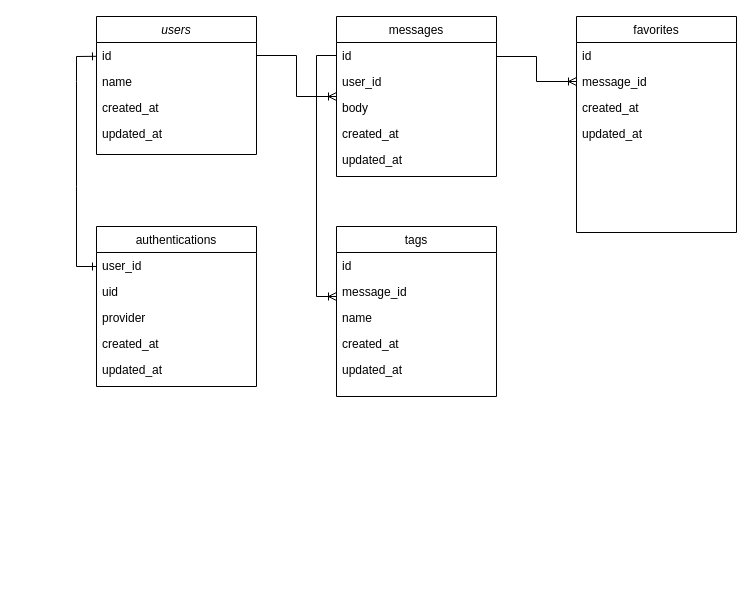
Above: Untitled Diagram.drawio in yanokohei/goenbako (draw.io), before the change. Source tidied: cells renumbered, new cells numbered last; positions are measured from the earlier drawing's top-left corner, leaving out a move shared by most shapes. Both pictures are drawn from the tidied source at 100%, with x=0, y=0 at pixel (76, 16).
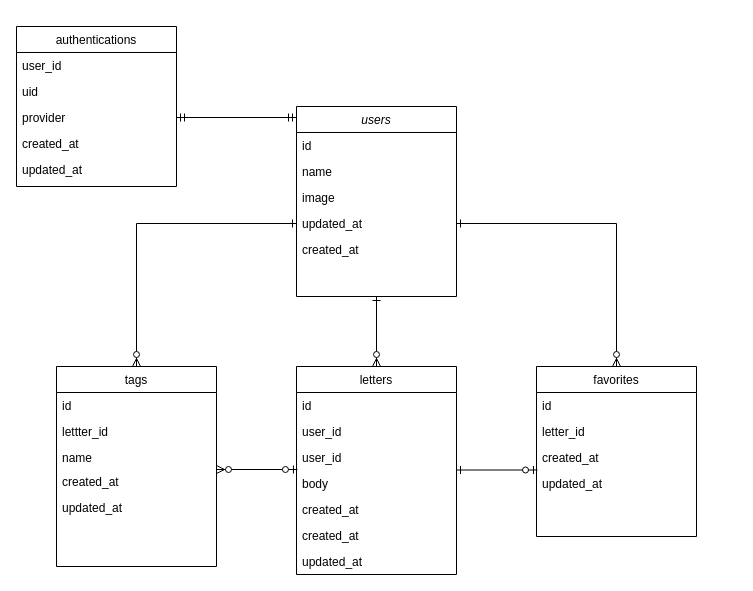
After the change.

Commit message:
ご縁箱　画面遷移図

Unchanged cells that the change refers to:
```xml
<mxCell id="3" value="id" style="text;align=left;verticalAlign=top;spacingLeft=4;spacingRight=4;overflow=hidden;points=[[0,0.5],[1,0.5]];portConstraint=eastwest;" parent="2" vertex="1">
  <mxGeometry y="26" width="160" height="26" as="geometry" />
</mxCell>
<mxCell id="10" value="provider" style="text;align=left;verticalAlign=top;spacingLeft=4;spacingRight=4;overflow=hidden;points=[[0,0.5],[1,0.5]];portConstraint=eastwest;rounded=0;shadow=0;html=0;" parent="7" vertex="1">
  <mxGeometry y="78" width="160" height="26" as="geometry" />
</mxCell>
<mxCell id="14" value="id" style="text;align=left;verticalAlign=top;spacingLeft=4;spacingRight=4;overflow=hidden;points=[[0,0.5],[1,0.5]];portConstraint=eastwest;" parent="13" vertex="1">
  <mxGeometry y="26" width="160" height="26" as="geometry" />
</mxCell>
```

Diff of the diagram source:
```diff
@@
+    <mxCell id="34" style="edgeStyle=none;rounded=0;jettySize=auto;html=1;exitX=0.5;exitY=1;exitDx=0;exitDy=0;entryX=0.5;entryY=0;entryDx=0;entryDy=0;startArrow=ERone;startFill=0;endArrow=ERzeroToMany;endFill=1;" parent="1" edge="1" source="2" target="13">
+      <mxGeometry relative="1" as="geometry" />
+    </mxCell>
     <mxCell id="2" value="users" style="swimlane;fontStyle=2;align=center;verticalAlign=top;horizontal=1;startSize=26;rounded=0;shadow=0;strokeWidth=1;" parent="1" vertex="1">
-      <mxGeometry x="20" width="160" height="138" as="geometry" />
+      <mxGeometry x="220" y="90" width="160" height="190" as="geometry" />
     </mxCell>
@@
+    <mxCell id="6" value="image" style="text;align=left;verticalAlign=top;spacingLeft=4;spacingRight=4;overflow=hidden;rounded=0;shadow=0;html=0;" parent="2" vertex="1">
+      <mxGeometry y="78" width="160" height="26" as="geometry" />
+    </mxCell>
-    <mxCell id="5" value="created_at" style="text;align=left;verticalAlign=top;spacingLeft=4;spacingRight=4;overflow=hidden;points=[[0,0.5],[1,0.5]];portConstraint=eastwest;rounded=0;shadow=0;html=0;" parent="2" vertex="1">
-      <mxGeometry y="78" width="160" height="26" as="geometry" />
+    <mxCell id="5" value="updated_at" style="text;align=left;verticalAlign=top;spacingLeft=4;spacingRight=4;overflow=hidden;points=[[0,0.5],[1,0.5]];portConstraint=eastwest;rounded=0;shadow=0;html=0;" parent="2" vertex="1">
+      <mxGeometry y="104" width="160" height="26" as="geometry" />
     </mxCell>
-    <mxCell id="6" value="updated_at" style="text;align=left;verticalAlign=top;spacingLeft=4;spacingRight=4;overflow=hidden;rounded=0;shadow=0;html=0;" parent="2" vertex="1">
-      <mxGeometry y="104" width="160" height="26" as="geometry" />
-    </mxCell>
+    <mxCell id="35" value="created_at" style="text;align=left;verticalAlign=top;spacingLeft=4;spacingRight=4;overflow=hidden;rounded=0;shadow=0;html=0;" parent="2" vertex="1">
+      <mxGeometry y="130" width="160" height="26" as="geometry" />
+    </mxCell>
     <mxCell id="7" value="authentications" style="swimlane;fontStyle=0;align=center;verticalAlign=top;horizontal=1;startSize=26;rounded=0;shadow=0;strokeWidth=1;" parent="1" vertex="1">
-      <mxGeometry x="20" y="210" width="160" height="160" as="geometry" />
+      <mxGeometry x="-60" y="10" width="160" height="160" as="geometry" />
     </mxCell>
@@
-    <mxCell id="13" value="messages" style="swimlane;fontStyle=0;align=center;verticalAlign=top;horizontal=1;startSize=26;rounded=0;shadow=0;strokeWidth=1;" parent="1" vertex="1">
-      <mxGeometry x="260" width="160" height="160" as="geometry" />
+    <mxCell id="13" value="letters" style="swimlane;fontStyle=0;align=center;verticalAlign=top;horizontal=1;startSize=26;rounded=0;shadow=0;strokeWidth=1;" parent="1" vertex="1">
+      <mxGeometry x="220" y="350" width="160" height="208" as="geometry" />
     </mxCell>
@@
+    <mxCell id="36" value="user_id" style="text;align=left;verticalAlign=top;spacingLeft=4;spacingRight=4;overflow=hidden;points=[[0,0.5],[1,0.5]];portConstraint=eastwest;rounded=0;shadow=0;html=0;" parent="13" vertex="1">
+      <mxGeometry y="78" width="160" height="26" as="geometry" />
+    </mxCell>
     <mxCell id="16" value="body" style="text;align=left;verticalAlign=top;spacingLeft=4;spacingRight=4;overflow=hidden;rounded=0;shadow=0;html=0;" parent="13" vertex="1">
-      <mxGeometry y="78" width="160" height="26" as="geometry" />
+      <mxGeometry y="104" width="160" height="26" as="geometry" />
     </mxCell>
+    <mxCell id="37" value="created_at" style="text;align=left;verticalAlign=top;spacingLeft=4;spacingRight=4;overflow=hidden;rounded=0;shadow=0;html=0;" parent="13" vertex="1">
+      <mxGeometry y="130" width="160" height="26" as="geometry" />
+    </mxCell>
     <mxCell id="17" value="created_at" style="text;align=left;verticalAlign=top;spacingLeft=4;spacingRight=4;overflow=hidden;rounded=0;shadow=0;html=0;" parent="13" vertex="1">
-      <mxGeometry y="104" width="160" height="26" as="geometry" />
+      <mxGeometry y="156" width="160" height="26" as="geometry" />
     </mxCell>
     <mxCell id="18" value="updated_at" style="text;align=left;verticalAlign=top;spacingLeft=4;spacingRight=4;overflow=hidden;rounded=0;shadow=0;html=0;" parent="13" vertex="1">
-      <mxGeometry y="130" width="160" height="26" as="geometry" />
+      <mxGeometry y="182" width="160" height="26" as="geometry" />
     </mxCell>
-    <mxCell id="19" style="endArrow=ERoneToMany;shadow=0;strokeWidth=1;rounded=0;endFill=0;edgeStyle=orthogonalEdgeStyle;elbow=vertical;exitX=1;exitY=0.5;exitDx=0;exitDy=0;" parent="1" edge="1" source="3" target="13">
-      <mxGeometry x="0.5" y="41" relative="1" as="geometry">
-        <mxPoint x="-40" y="32" as="offset" />
-      </mxGeometry>
-    </mxCell>
+    <mxCell id="38" style="edgeStyle=none;rounded=0;jettySize=auto;html=1;exitX=0.5;exitY=0;exitDx=0;exitDy=0;startArrow=ERzeroToMany;startFill=1;endArrow=ERone;endFill=0;" parent="1" edge="1" source="20">
+      <mxGeometry relative="1" as="geometry">
+        <mxPoint x="220" y="207" as="targetPoint" />
+        <Array as="points">
+          <mxPoint x="60" y="207" />
+        </Array>
+      </mxGeometry>
+    </mxCell>
     <mxCell id="20" value="tags" style="swimlane;fontStyle=0;align=center;verticalAlign=top;horizontal=1;startSize=26;rounded=0;shadow=0;strokeWidth=1;" parent="1" vertex="1">
-      <mxGeometry x="260" y="210" width="160" height="170" as="geometry" />
+      <mxGeometry x="-20" y="350" width="160" height="200" as="geometry" />
     </mxCell>
@@
-    <mxCell id="22" value="message_id" style="text;align=left;verticalAlign=top;spacingLeft=4;spacingRight=4;overflow=hidden;rounded=0;shadow=0;html=0;" parent="20" vertex="1">
+    <mxCell id="22" value="lettter_id" style="text;align=left;verticalAlign=top;spacingLeft=4;spacingRight=4;overflow=hidden;rounded=0;shadow=0;html=0;" parent="20" vertex="1">
       <mxGeometry y="52" width="160" height="26" as="geometry" />
     </mxCell>
     <mxCell id="23" value="name" style="text;align=left;verticalAlign=top;spacingLeft=4;spacingRight=4;overflow=hidden;rounded=0;shadow=0;html=0;" parent="20" vertex="1">
-      <mxGeometry y="78" width="160" height="26" as="geometry" />
+      <mxGeometry y="78" width="160" height="24" as="geometry" />
     </mxCell>
     <mxCell id="24" value="created_at" style="text;align=left;verticalAlign=top;spacingLeft=4;spacingRight=4;overflow=hidden;rounded=0;shadow=0;html=0;" parent="20" vertex="1">
-      <mxGeometry y="104" width="160" height="26" as="geometry" />
+      <mxGeometry y="102" width="160" height="26" as="geometry" />
     </mxCell>
     <mxCell id="25" value="updated_at" style="text;align=left;verticalAlign=top;spacingLeft=4;spacingRight=4;overflow=hidden;rounded=0;shadow=0;html=0;" parent="20" vertex="1">
-      <mxGeometry y="130" width="160" height="26" as="geometry" />
+      <mxGeometry y="128" width="160" height="26" as="geometry" />
     </mxCell>
     <mxCell id="26" value="favorites" style="swimlane;fontStyle=0;align=center;verticalAlign=top;horizontal=1;startSize=26;rounded=0;shadow=0;strokeWidth=1;" parent="1" vertex="1">
-      <mxGeometry x="500" width="160" height="216" as="geometry" />
+      <mxGeometry x="460" y="350" width="160" height="170" as="geometry" />
     </mxCell>
@@
-    <mxCell id="28" value="message_id" style="text;align=left;verticalAlign=top;spacingLeft=4;spacingRight=4;overflow=hidden;points=[[0,0.5],[1,0.5]];portConstraint=eastwest;rounded=0;shadow=0;html=0;" parent="26" vertex="1">
+    <mxCell id="28" value="letter_id" style="text;align=left;verticalAlign=top;spacingLeft=4;spacingRight=4;overflow=hidden;points=[[0,0.5],[1,0.5]];portConstraint=eastwest;rounded=0;shadow=0;html=0;" parent="26" vertex="1">
       <mxGeometry y="52" width="160" height="26" as="geometry" />
     </mxCell>
@@
-    <mxCell id="31" style="endArrow=ERone;startArrow=ERone;html=1;endFill=0;startFill=0;rounded=0;" parent="1" edge="1" target="3">
-      <mxGeometry relative="1" as="geometry">
-        <mxPoint x="20" y="250" as="sourcePoint" />
-        <Array as="points">
-          <mxPoint y="250" />
-          <mxPoint y="170" />
-          <mxPoint y="65" />
-          <mxPoint y="40" />
-        </Array>
-      </mxGeometry>
-    </mxCell>
-    <mxCell id="32" style="endArrow=ERoneToMany;shadow=0;strokeWidth=1;rounded=0;endFill=0;edgeStyle=orthogonalEdgeStyle;elbow=vertical;entryX=0;entryY=0.5;entryDx=0;entryDy=0;" parent="1" edge="1" target="28">
-      <mxGeometry x="0.5" y="41" relative="1" as="geometry">
-        <mxPoint x="420" y="40" as="sourcePoint" />
-        <Array as="points">
-          <mxPoint x="460" y="40" />
-          <mxPoint x="460" y="65" />
-        </Array>
-        <mxPoint x="-40" y="32" as="offset" />
-      </mxGeometry>
-    </mxCell>
-    <mxCell id="33" style="edgeStyle=orthogonalEdgeStyle;rounded=0;jettySize=auto;html=1;startArrow=none;startFill=0;endArrow=ERoneToMany;endFill=0;" parent="1" edge="1" source="14">
-      <mxGeometry relative="1" as="geometry">
-        <mxPoint x="260" y="280" as="targetPoint" />
-        <Array as="points">
-          <mxPoint x="240" y="39" />
-          <mxPoint x="240" y="280" />
-          <mxPoint x="260" y="280" />
-        </Array>
-      </mxGeometry>
-    </mxCell>
+    <mxCell id="39" style="edgeStyle=none;rounded=0;jettySize=auto;html=1;exitX=1;exitY=0.5;exitDx=0;exitDy=0;startArrow=ERmandOne;startFill=0;endArrow=ERmandOne;endFill=0;" parent="1" edge="1" source="10">
+      <mxGeometry relative="1" as="geometry">
+        <mxPoint x="220" y="101" as="targetPoint" />
+      </mxGeometry>
+    </mxCell>
+    <mxCell id="40" style="edgeStyle=none;rounded=0;jettySize=auto;html=1;exitX=1;exitY=0.5;exitDx=0;exitDy=0;startArrow=ERone;startFill=0;endArrow=ERzeroToMany;endFill=1;entryX=0.5;entryY=0;entryDx=0;entryDy=0;" parent="1" edge="1" source="5" target="26">
+      <mxGeometry relative="1" as="geometry">
+        <Array as="points">
+          <mxPoint x="540" y="207" />
+        </Array>
+      </mxGeometry>
+    </mxCell>
+    <mxCell id="41" style="edgeStyle=none;rounded=0;jettySize=auto;html=1;startArrow=ERzeroToMany;startFill=1;endArrow=ERzeroToOne;endFill=1;entryX=0.006;entryY=0.962;entryDx=0;entryDy=0;entryPerimeter=0;" parent="1" edge="1" target="36">
+      <mxGeometry relative="1" as="geometry">
+        <mxPoint x="140" y="453" as="sourcePoint" />
+      </mxGeometry>
+    </mxCell>
+    <mxCell id="42" style="edgeStyle=none;rounded=0;orthogonalLoop=1;jettySize=auto;html=1;startArrow=ERone;startFill=0;endArrow=ERzeroToOne;endFill=1;entryX=0.006;entryY=0.962;entryDx=0;entryDy=0;entryPerimeter=0;" parent="1" edge="1">
+      <mxGeometry relative="1" as="geometry">
+        <mxPoint x="380" y="453.5" as="sourcePoint" />
+        <mxPoint x="461" y="453.5" as="targetPoint" />
+      </mxGeometry>
+    </mxCell>
```
